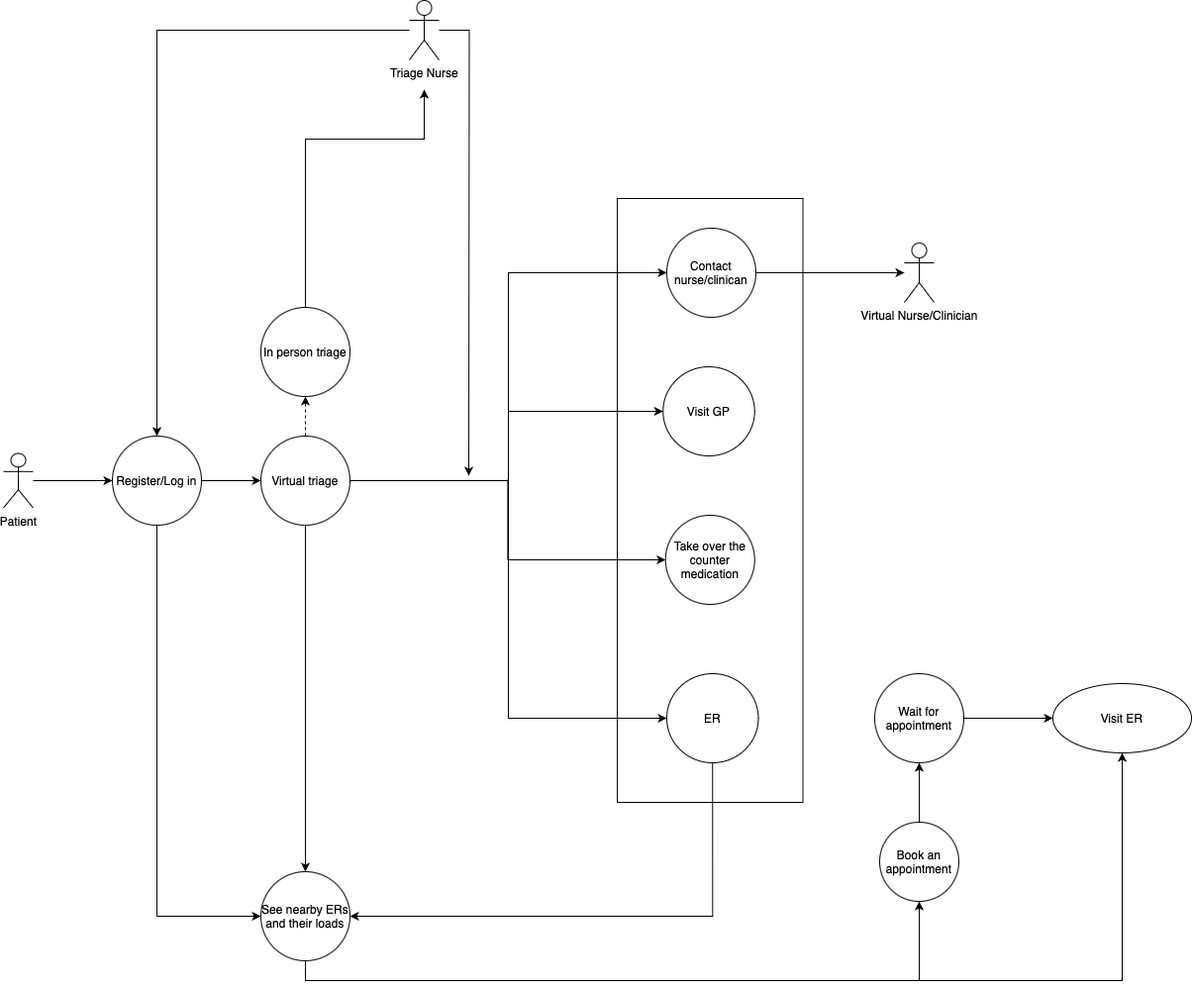
Before: UML_Diagram.drawio.png, a diagram exported from draw.io (uvic-teach/project-m1-team6). Source tidied: cells renumbered, new cells last; positions are measured from the earlier drawing's top-left corner, leaving out a move shared by most shapes.
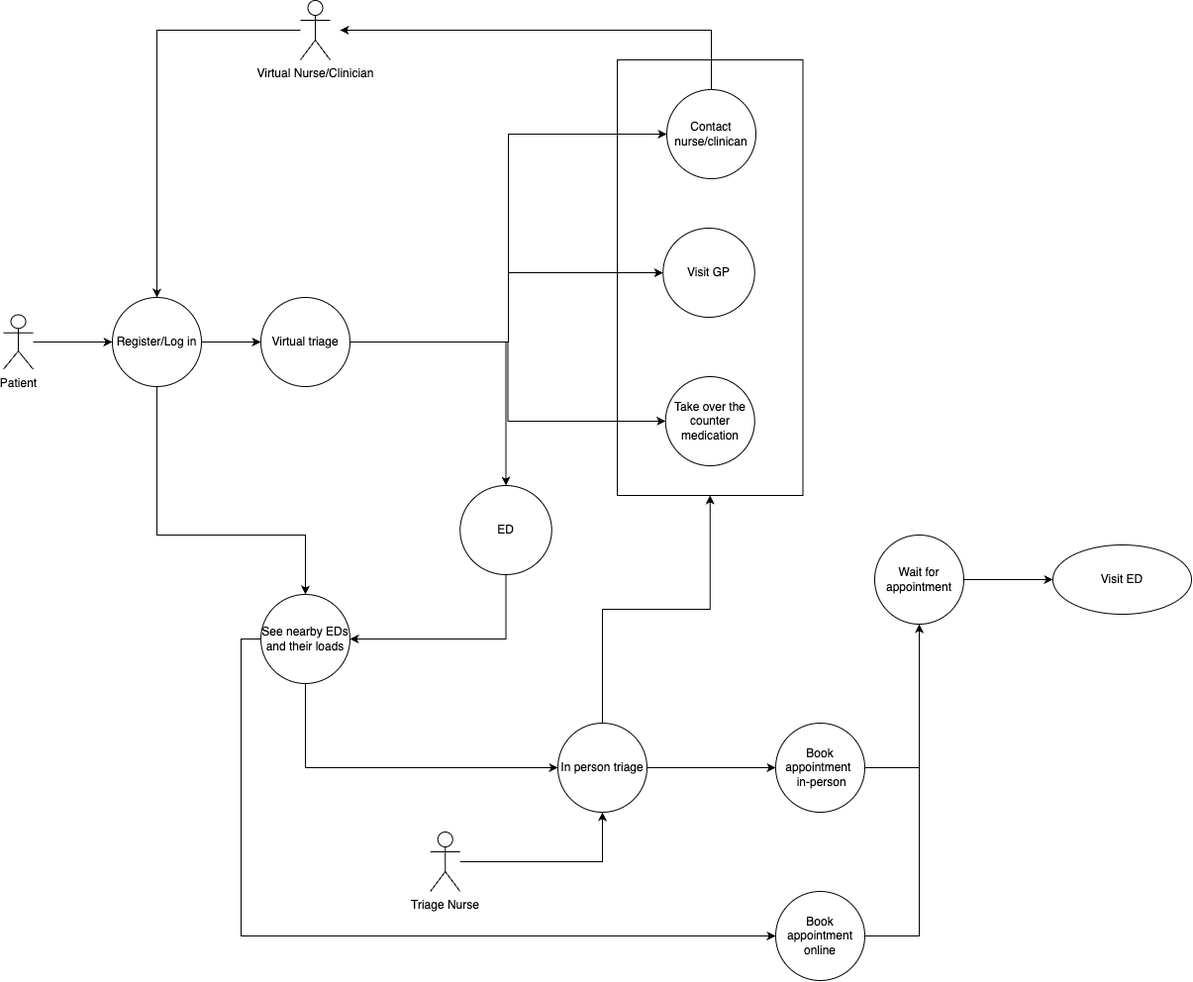
Above is the later version.

Change to the diagram source:
```diff
@@ -3,7 +3,7 @@
     <mxCell id="0" />
     <mxCell id="1" parent="0" />
     <mxCell id="2" style="html=1;whiteSpace=wrap;fillColor=none;" parent="1" vertex="1">
-      <mxGeometry x="620" y="200" width="187.5" height="610" as="geometry" />
+      <mxGeometry x="620" y="200" width="187.5" height="440" as="geometry" />
     </mxCell>
     <mxCell id="3" style="edgeStyle=orthogonalEdgeStyle;rounded=0;jettySize=auto;html=1;entryX=0;entryY=0.5;entryDx=0;entryDy=0;" parent="1" edge="1" source="4" target="22">
       <mxGeometry relative="1" as="geometry" />
@@ -11,12 +11,6 @@
     <mxCell id="4" value="Patient&lt;br&gt;" style="shape=umlActor;verticalLabelPosition=bottom;verticalAlign=top;html=1;" parent="1" vertex="1">
       <mxGeometry y="457.5" width="30" height="55" as="geometry" />
     </mxCell>
-    <mxCell id="5" style="edgeStyle=orthogonalEdgeStyle;rounded=0;jettySize=auto;html=1;entryX=0.5;entryY=1;entryDx=0;entryDy=0;dashed=1;" parent="1" edge="1" source="11" target="19">
-      <mxGeometry relative="1" as="geometry" />
-    </mxCell>
-    <mxCell id="6" style="edgeStyle=orthogonalEdgeStyle;jettySize=auto;html=1;entryX=0;entryY=0.5;entryDx=0;entryDy=0;rounded=0;" parent="1" edge="1" source="11" target="17">
-      <mxGeometry relative="1" as="geometry" />
-    </mxCell>
     <mxCell id="7" style="edgeStyle=orthogonalEdgeStyle;rounded=0;jettySize=auto;html=1;entryX=0;entryY=0.5;entryDx=0;entryDy=0;" parent="1" edge="1" source="11" target="15">
       <mxGeometry relative="1" as="geometry" />
     </mxCell>
@@ -31,54 +25,48 @@
     <mxCell id="9" style="edgeStyle=orthogonalEdgeStyle;rounded=0;jettySize=auto;html=1;entryX=0;entryY=0.5;entryDx=0;entryDy=0;" parent="1" edge="1" source="11" target="27">
       <mxGeometry relative="1" as="geometry" />
     </mxCell>
-    <mxCell id="10" style="edgeStyle=orthogonalEdgeStyle;rounded=0;jettySize=auto;html=1;entryX=0.5;entryY=0;entryDx=0;entryDy=0;" parent="1" edge="1" source="11" target="30">
-      <mxGeometry relative="1" as="geometry" />
-    </mxCell>
+    <mxCell id="6" style="edgeStyle=orthogonalEdgeStyle;rounded=0;jettySize=auto;html=1;entryX=0.5;entryY=0;entryDx=0;entryDy=0;" parent="1" edge="1" source="11" target="17">
+      <mxGeometry relative="1" as="geometry" />
+    </mxCell>
     <mxCell id="11" value="Virtual triage" style="ellipse;whiteSpace=wrap;html=1;fillColor=none;" parent="1" vertex="1">
       <mxGeometry x="260" y="440" width="90" height="90" as="geometry" />
     </mxCell>
-    <mxCell id="12" style="edgeStyle=orthogonalEdgeStyle;rounded=0;jettySize=auto;html=1;entryX=0.5;entryY=0;entryDx=0;entryDy=0;" parent="1" edge="1" source="14" target="22">
-      <mxGeometry relative="1" as="geometry" />
-    </mxCell>
-    <mxCell id="13" style="edgeStyle=orthogonalEdgeStyle;rounded=0;jettySize=auto;html=1;" parent="1" edge="1" source="14">
-      <mxGeometry relative="1" as="geometry">
-        <mxPoint x="470" y="480" as="targetPoint" />
-      </mxGeometry>
-    </mxCell>
+    <mxCell id="35" style="edgeStyle=orthogonalEdgeStyle;rounded=0;jettySize=auto;html=1;entryX=0.5;entryY=1;entryDx=0;entryDy=0;" parent="1" edge="1" source="14" target="19">
+      <mxGeometry relative="1" as="geometry" />
+    </mxCell>
     <mxCell id="14" value="Triage Nurse" style="shape=umlActor;verticalLabelPosition=bottom;verticalAlign=top;html=1;" parent="1" vertex="1">
-      <mxGeometry x="410" width="30" height="60" as="geometry" />
+      <mxGeometry x="431.2" y="980" width="30" height="60" as="geometry" />
     </mxCell>
     <mxCell id="15" value="Take over the counter medication" style="ellipse;whiteSpace=wrap;html=1;fillColor=none;" parent="1" vertex="1">
       <mxGeometry x="668.8" y="520" width="90" height="90" as="geometry" />
     </mxCell>
-    <mxCell id="16" style="edgeStyle=orthogonalEdgeStyle;rounded=0;jettySize=auto;html=1;entryX=1;entryY=0.5;entryDx=0;entryDy=0;" parent="1" edge="1" source="17" target="30">
+    <mxCell id="16" style="edgeStyle=orthogonalEdgeStyle;rounded=0;jettySize=auto;html=1;entryX=1;entryY=0.5;entryDx=0;entryDy=0;exitX=0.5;exitY=1;exitDx=0;exitDy=0;" parent="1" edge="1" source="17" target="30">
       <mxGeometry relative="1" as="geometry">
         <Array as="points">
-          <mxPoint x="716" y="925" />
+          <mxPoint x="508" y="785" />
         </Array>
       </mxGeometry>
     </mxCell>
-    <mxCell id="17" value="ER" style="ellipse;whiteSpace=wrap;html=1;fillColor=none;" parent="1" vertex="1">
-      <mxGeometry x="670" y="680" width="92.5" height="90" as="geometry" />
+    <mxCell id="17" value="ED" style="ellipse;whiteSpace=wrap;html=1;fillColor=none;" parent="1" vertex="1">
+      <mxGeometry x="461.2" y="630" width="92.5" height="90" as="geometry" />
     </mxCell>
-    <mxCell id="18" style="edgeStyle=orthogonalEdgeStyle;rounded=0;jettySize=auto;html=1;" parent="1" edge="1" source="19">
-      <mxGeometry relative="1" as="geometry">
-        <mxPoint x="425" y="90" as="targetPoint" />
-        <Array as="points">
-          <mxPoint x="305" y="140" />
-        </Array>
-      </mxGeometry>
-    </mxCell>
+    <mxCell id="36" style="edgeStyle=orthogonalEdgeStyle;rounded=0;jettySize=auto;html=1;entryX=0;entryY=0.5;entryDx=0;entryDy=0;" parent="1" edge="1" source="19" target="45">
+      <mxGeometry relative="1" as="geometry" />
+    </mxCell>
+    <mxCell id="37" style="edgeStyle=orthogonalEdgeStyle;rounded=0;jettySize=auto;html=1;entryX=0.5;entryY=1;entryDx=0;entryDy=0;" parent="1" edge="1" source="19" target="2">
+      <mxGeometry relative="1" as="geometry" />
+    </mxCell>
     <mxCell id="19" value="In person triage" style="ellipse;whiteSpace=wrap;html=1;fillColor=none;" parent="1" vertex="1">
-      <mxGeometry x="260" y="310" width="90" height="90" as="geometry" />
+      <mxGeometry x="560" y="870" width="90" height="90" as="geometry" />
     </mxCell>
     <mxCell id="20" style="edgeStyle=orthogonalEdgeStyle;rounded=0;jettySize=auto;html=1;exitX=1;exitY=0.5;exitDx=0;exitDy=0;" parent="1" edge="1" source="22" target="11">
       <mxGeometry relative="1" as="geometry" />
     </mxCell>
-    <mxCell id="21" style="edgeStyle=orthogonalEdgeStyle;rounded=0;jettySize=auto;html=1;entryX=0;entryY=0.5;entryDx=0;entryDy=0;" parent="1" edge="1" source="22" target="30">
+    <mxCell id="21" style="edgeStyle=orthogonalEdgeStyle;rounded=0;jettySize=auto;html=1;entryX=0.5;entryY=0;entryDx=0;entryDy=0;" parent="1" edge="1" source="22" target="30">
       <mxGeometry relative="1" as="geometry">
         <Array as="points">
-          <mxPoint x="155" y="925" />
+          <mxPoint x="155" y="680" />
+          <mxPoint x="305" y="680" />
         </Array>
       </mxGeometry>
     </mxCell>
@@ -94,42 +82,55 @@
     <mxCell id="25" value="Visit GP" style="ellipse;whiteSpace=wrap;html=1;fillColor=none;" parent="1" vertex="1">
       <mxGeometry x="666.2" y="370" width="92.5" height="90" as="geometry" />
     </mxCell>
-    <mxCell id="26" style="edgeStyle=orthogonalEdgeStyle;rounded=0;jettySize=auto;html=1;" parent="1" edge="1" source="27" target="28">
-      <mxGeometry relative="1" as="geometry" />
-    </mxCell>
+    <mxCell id="38" style="edgeStyle=orthogonalEdgeStyle;rounded=0;jettySize=auto;html=1;" parent="1" edge="1" source="27">
+      <mxGeometry relative="1" as="geometry">
+        <mxPoint x="340" y="170" as="targetPoint" />
+        <Array as="points">
+          <mxPoint x="715" y="170" />
+        </Array>
+      </mxGeometry>
+    </mxCell>
     <mxCell id="27" value="Contact nurse/clinican" style="ellipse;whiteSpace=wrap;html=1;fillColor=none;" parent="1" vertex="1">
       <mxGeometry x="670" y="230" width="90" height="90" as="geometry" />
     </mxCell>
+    <mxCell id="39" style="edgeStyle=orthogonalEdgeStyle;rounded=0;jettySize=auto;html=1;entryX=0.5;entryY=0;entryDx=0;entryDy=0;" parent="1" edge="1" source="28" target="22">
+      <mxGeometry relative="1" as="geometry" />
+    </mxCell>
     <mxCell id="28" value="Virtual Nurse/Clinician" style="shape=umlActor;verticalLabelPosition=bottom;verticalAlign=top;html=1;" parent="1" vertex="1">
-      <mxGeometry x="910" y="245" width="30" height="60" as="geometry" />
+      <mxGeometry x="300" y="140" width="30" height="60" as="geometry" />
     </mxCell>
-    <mxCell id="29" style="edgeStyle=orthogonalEdgeStyle;rounded=0;jettySize=auto;html=1;entryX=0.5;entryY=1;entryDx=0;entryDy=0;" parent="1" edge="1" source="30" target="31">
-      <mxGeometry relative="1" as="geometry">
-        <Array as="points">
-          <mxPoint x="305" y="990" />
-          <mxPoint x="1130" y="990" />
-        </Array>
-      </mxGeometry>
-    </mxCell>
+    <mxCell id="40" style="edgeStyle=orthogonalEdgeStyle;rounded=0;jettySize=auto;html=1;entryX=0;entryY=0.5;entryDx=0;entryDy=0;" parent="1" edge="1" source="30" target="43">
+      <mxGeometry relative="1" as="geometry">
+        <Array as="points">
+          <mxPoint x="240" y="785" />
+          <mxPoint x="240" y="1085" />
+        </Array>
+      </mxGeometry>
+    </mxCell>
+    <mxCell id="41" style="edgeStyle=orthogonalEdgeStyle;rounded=0;jettySize=auto;html=1;entryX=0;entryY=0.5;entryDx=0;entryDy=0;" parent="1" edge="1" source="30" target="19">
+      <mxGeometry relative="1" as="geometry">
+        <Array as="points">
+          <mxPoint x="305" y="915" />
+        </Array>
+      </mxGeometry>
+    </mxCell>
-    <mxCell id="30" value="See nearby ERs and their loads" style="ellipse;whiteSpace=wrap;html=1;fillColor=none;" parent="1" vertex="1">
-      <mxGeometry x="260" y="880" width="90" height="90" as="geometry" />
+    <mxCell id="30" value="See nearby EDs and their loads" style="ellipse;whiteSpace=wrap;html=1;fillColor=none;" parent="1" vertex="1">
+      <mxGeometry x="260" y="740" width="90" height="90" as="geometry" />
     </mxCell>
-    <mxCell id="31" value="Visit ER" style="ellipse;whiteSpace=wrap;html=1;fillColor=none;" parent="1" vertex="1">
+    <mxCell id="31" value="Visit ED" style="ellipse;whiteSpace=wrap;html=1;fillColor=none;" parent="1" vertex="1">
       <mxGeometry x="1060" y="690" width="140" height="70" as="geometry" />
     </mxCell>
-    <mxCell id="32" value="Book an appointment" style="ellipse;whiteSpace=wrap;html=1;" parent="1" vertex="1">
-      <mxGeometry x="885" y="830" width="80" height="80" as="geometry" />
-    </mxCell>
-    <mxCell id="33" style="endArrow=classic;html=1;rounded=0;entryX=0.5;entryY=1;entryDx=0;entryDy=0;" parent="1" edge="1" target="32">
-      <mxGeometry relative="1" as="geometry">
-        <mxPoint x="310" y="990" as="sourcePoint" />
-        <Array as="points">
-          <mxPoint x="925" y="990" />
-        </Array>
-      </mxGeometry>
-    </mxCell>
-    <mxCell id="34" style="endArrow=classic;html=1;rounded=0;entryX=0.5;entryY=1;entryDx=0;entryDy=0;exitX=0.5;exitY=0;exitDx=0;exitDy=0;" parent="1" edge="1" source="32" target="24">
-      <mxGeometry relative="1" as="geometry" />
-    </mxCell>
+    <mxCell id="42" style="edgeStyle=orthogonalEdgeStyle;rounded=0;jettySize=auto;html=1;entryX=0.5;entryY=1;entryDx=0;entryDy=0;" parent="1" edge="1" source="43" target="24">
+      <mxGeometry relative="1" as="geometry" />
+    </mxCell>
+    <mxCell id="43" value="Book appointment&lt;br&gt;online" style="ellipse;whiteSpace=wrap;html=1;fillColor=none;" parent="1" vertex="1">
+      <mxGeometry x="780" y="1040" width="90" height="90" as="geometry" />
+    </mxCell>
+    <mxCell id="44" style="edgeStyle=orthogonalEdgeStyle;rounded=0;jettySize=auto;html=1;entryX=0.5;entryY=1;entryDx=0;entryDy=0;" parent="1" edge="1" source="45" target="24">
+      <mxGeometry relative="1" as="geometry" />
+    </mxCell>
+    <mxCell id="45" value="Book appointment&amp;nbsp; &amp;nbsp;in-person" style="ellipse;whiteSpace=wrap;html=1;fillColor=none;" parent="1" vertex="1">
+      <mxGeometry x="780" y="870" width="90" height="90" as="geometry" />
+    </mxCell>
   </root>
 </mxGraphModel>
```
